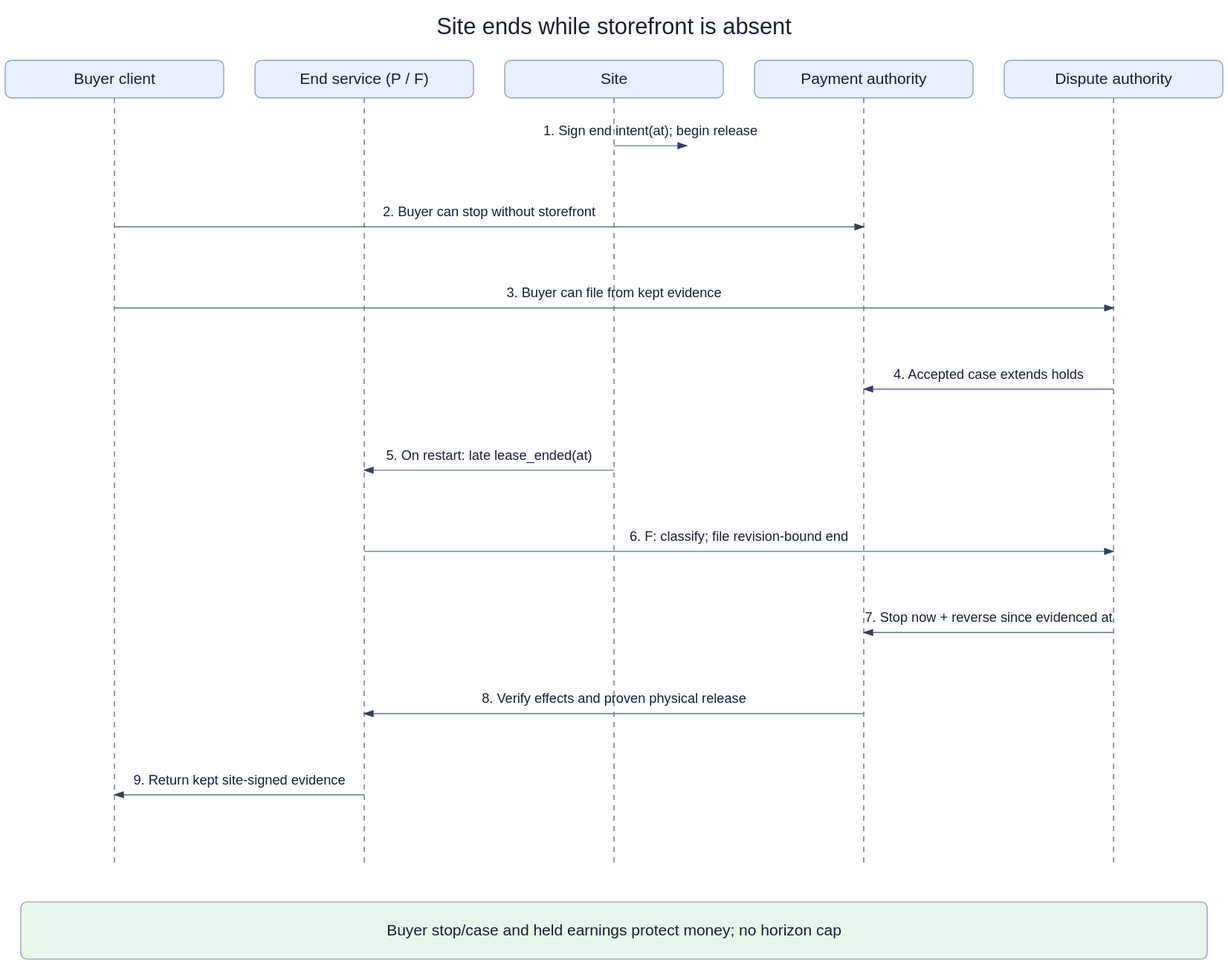
arkhai-io/simple-compute-market keeps this draw.io diagram as openspec/changes/converge-ongoing-compute-leases/diagrams/02-site-withdraws-storefront-dead.svg. Above is the earlier version. Source tidied: cells renumbered, new cells last; positions are measured from the earlier drawing's top-left corner, leaving out a move shared by most shapes.
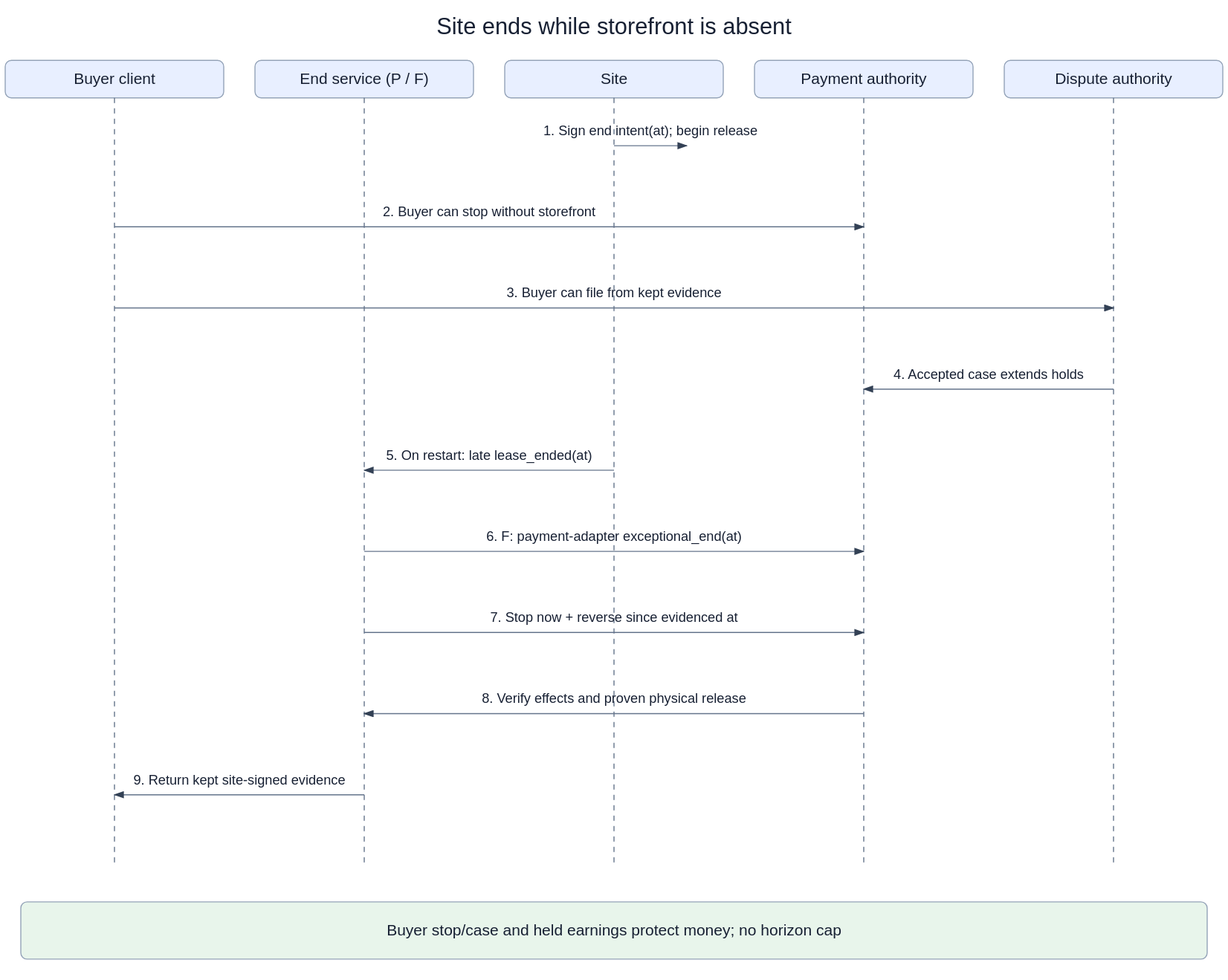
Later version of the same file.

The edit, as a diff of the source:
```diff
@@ -80,15 +80,15 @@
         <mxPoint x="345" y="442" as="targetPoint" />
       </mxGeometry>
     </mxCell>
-    <mxCell id="18" value="6. F: classify; file revision-bound end" style="endArrow=block;fontSize=13;labelBackgroundColor=#ffffff;" parent="1" edge="1">
+    <mxCell id="18" value="6. F: payment-adapter exceptional_end(at)" style="endArrow=block;fontSize=13;labelBackgroundColor=#ffffff;" parent="1" edge="1">
       <mxGeometry relative="1" as="geometry">
         <mxPoint x="345" y="520" as="sourcePoint" />
-        <mxPoint x="1065" y="520" as="targetPoint" />
+        <mxPoint x="825" y="520" as="targetPoint" />
       </mxGeometry>
     </mxCell>
     <mxCell id="19" value="7. Stop now + reverse since evidenced at" style="endArrow=block;fontSize=13;labelBackgroundColor=#ffffff;" parent="1" edge="1">
       <mxGeometry relative="1" as="geometry">
-        <mxPoint x="1065" y="598" as="sourcePoint" />
+        <mxPoint x="345" y="598" as="sourcePoint" />
         <mxPoint x="825" y="598" as="targetPoint" />
       </mxGeometry>
     </mxCell>
```
